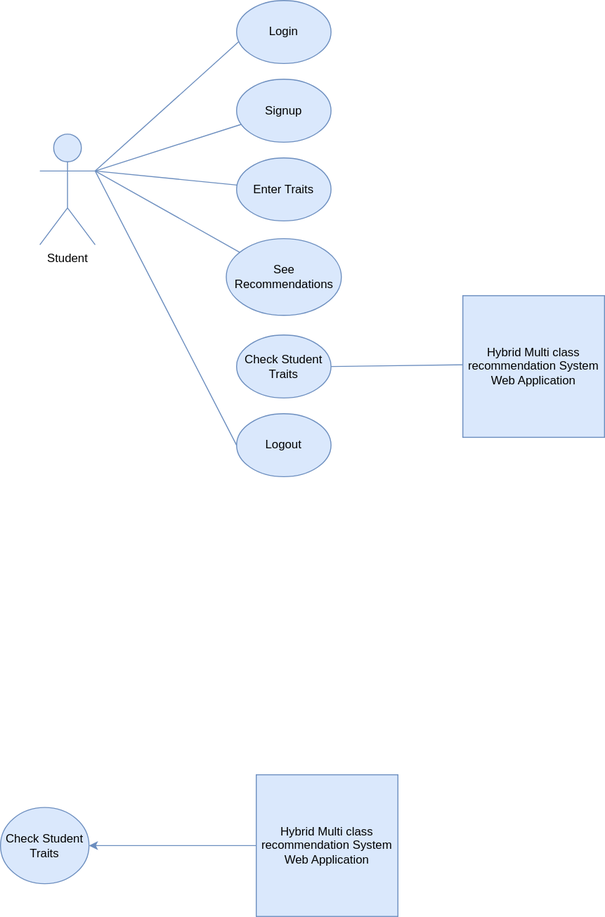
This is useCase.svg from Umair-exe/fyp-diagrams, a draw.io export, as it was before one commit. Source tidied: cells renumbered, new cells last; positions are measured from the earlier drawing's top-left corner, leaving out a move shared by most shapes.
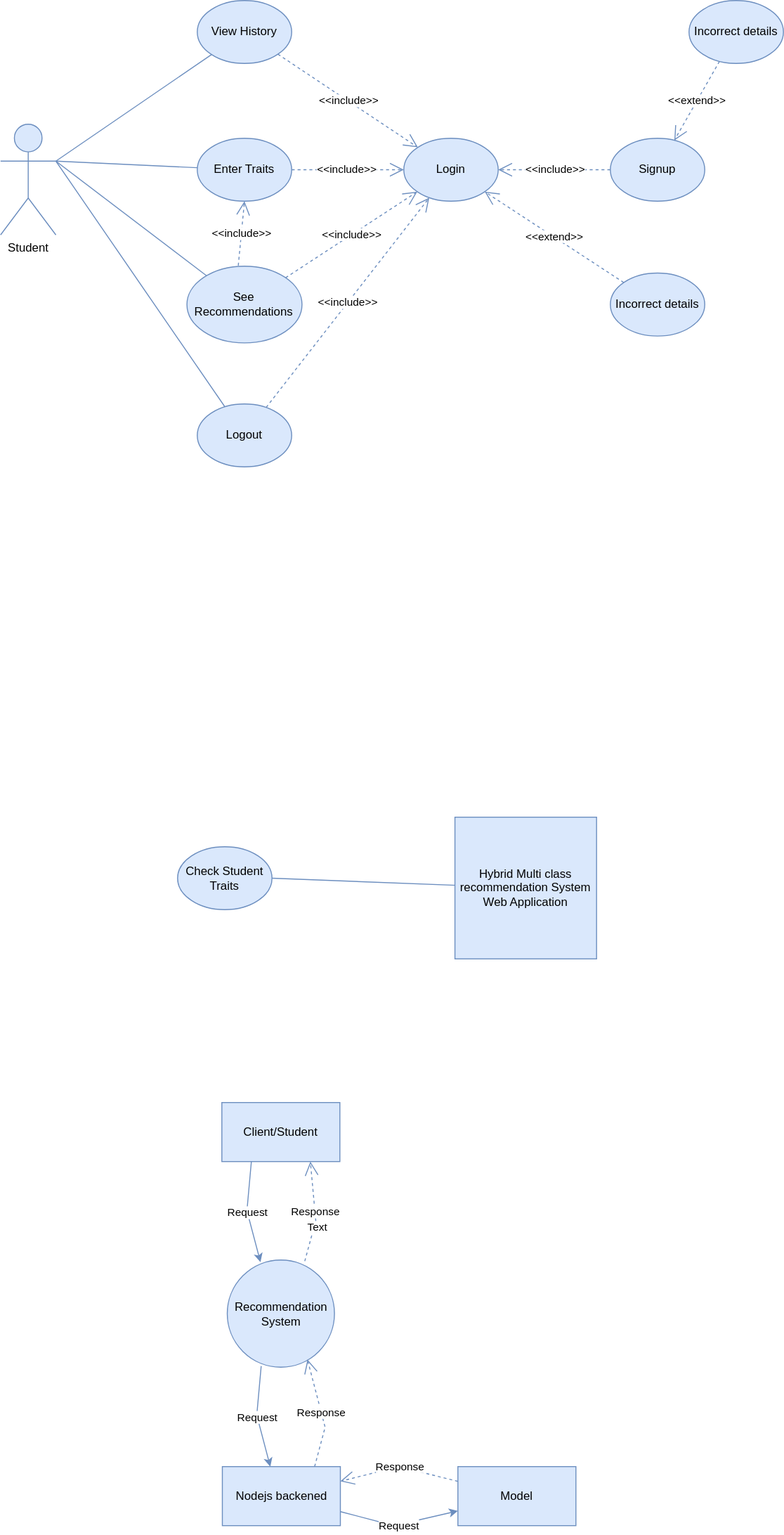
Above is the later version.

What changed in the source:
```diff
@@ -1,57 +1,147 @@
-<mxGraphModel>
+<mxGraphModel background="#ffffff">
   <root>
     <mxCell id="0" />
     <mxCell id="1" parent="0" />
     <mxCell id="2" style="endArrow=none;html=1;rounded=0;fontSize=12;entryX=0.139;entryY=0.486;entryDx=0;entryDy=0;entryPerimeter=0;exitX=1;exitY=0.5;exitDx=0;exitDy=0;fillColor=#dae8fc;strokeColor=#6c8ebf;" parent="1" edge="1" source="11" target="12">
       <mxGeometry relative="1" as="geometry" />
     </mxCell>
-    <mxCell id="3" value="Signup" style="ellipse;whiteSpace=wrap;html=1;fillColor=#dae8fc;strokeColor=#6c8ebf;" parent="1" vertex="1">
-      <mxGeometry x="240" y="80" width="96" height="64" as="geometry" />
+    <mxCell id="3" value="Login" style="ellipse;whiteSpace=wrap;html=1;fillColor=#dae8fc;strokeColor=#6c8ebf;" parent="1" vertex="1">
+      <mxGeometry x="320" y="110" width="96" height="64" as="geometry" />
     </mxCell>
     <mxCell id="4" value="Enter Traits" style="ellipse;whiteSpace=wrap;html=1;fillColor=#dae8fc;strokeColor=#6c8ebf;" parent="1" vertex="1">
-      <mxGeometry x="240" y="160" width="96" height="64" as="geometry" />
+      <mxGeometry x="110" y="110" width="96" height="64" as="geometry" />
     </mxCell>
     <mxCell id="5" value="&lt;font style=&quot;font-size: 12px;&quot;&gt;See Recommendations&lt;/font&gt;" style="ellipse;whiteSpace=wrap;html=1;fillColor=#dae8fc;strokeColor=#6c8ebf;" parent="1" vertex="1">
-      <mxGeometry x="229.5" y="242" width="117" height="78" as="geometry" />
+      <mxGeometry x="99.5" y="240" width="117" height="78" as="geometry" />
     </mxCell>
     <mxCell id="6" value="Logout" style="ellipse;whiteSpace=wrap;html=1;fillColor=#dae8fc;strokeColor=#6c8ebf;" parent="1" vertex="1">
-      <mxGeometry x="240" y="420" width="96" height="64" as="geometry" />
+      <mxGeometry x="110" y="380" width="96" height="64" as="geometry" />
     </mxCell>
-    <mxCell id="7" style="endArrow=none;html=1;rounded=0;fillColor=#dae8fc;strokeColor=#6c8ebf;exitX=1;exitY=0.3333333333333333;exitDx=0;exitDy=0;exitPerimeter=0;" parent="1" edge="1" source="13" target="3">
-      <mxGeometry relative="1" as="geometry" />
-    </mxCell>
     <mxCell id="8" style="endArrow=none;html=1;rounded=0;fillColor=#dae8fc;strokeColor=#6c8ebf;exitX=1;exitY=0.3333333333333333;exitDx=0;exitDy=0;exitPerimeter=0;" parent="1" edge="1" source="13" target="4">
       <mxGeometry relative="1" as="geometry" />
     </mxCell>
     <mxCell id="9" style="endArrow=none;html=1;rounded=0;fillColor=#dae8fc;strokeColor=#6c8ebf;exitX=1;exitY=0.3333333333333333;exitDx=0;exitDy=0;exitPerimeter=0;" parent="1" edge="1" source="13" target="5">
       <mxGeometry relative="1" as="geometry" />
     </mxCell>
-    <mxCell id="10" style="endArrow=none;html=1;rounded=0;entryX=0;entryY=0.5;entryDx=0;entryDy=0;fillColor=#dae8fc;strokeColor=#6c8ebf;exitX=1;exitY=0.3333333333333333;exitDx=0;exitDy=0;exitPerimeter=0;" parent="1" edge="1" source="13" target="6">
+    <mxCell id="10" style="endArrow=none;html=1;rounded=0;fillColor=#dae8fc;strokeColor=#6c8ebf;exitX=1;exitY=0.3333333333333333;exitDx=0;exitDy=0;exitPerimeter=0;" parent="1" edge="1" source="13" target="6">
       <mxGeometry relative="1" as="geometry" />
     </mxCell>
     <mxCell id="11" value="Check Student Traits" style="ellipse;whiteSpace=wrap;html=1;fillColor=#dae8fc;strokeColor=#6c8ebf;" parent="1" vertex="1">
-      <mxGeometry x="240" y="340" width="96" height="64" as="geometry" />
+      <mxGeometry x="90" y="830" width="96" height="64" as="geometry" />
     </mxCell>
     <mxCell id="12" value="Hybrid Multi class recommendation System Web Application" style="whiteSpace=wrap;html=1;fontSize=12;fillColor=#dae8fc;strokeColor=#6c8ebf;" parent="1" vertex="1">
-      <mxGeometry x="470" y="300" width="144" height="144" as="geometry" />
+      <mxGeometry x="372" y="800" width="144" height="144" as="geometry" />
     </mxCell>
     <mxCell id="13" value="Student&lt;br&gt;" style="shape=umlActor;verticalLabelPosition=bottom;verticalAlign=top;html=1;outlineConnect=0;fillColor=#dae8fc;strokeColor=#6c8ebf;" parent="1" vertex="1">
-      <mxGeometry x="40" y="135.8" width="56.2" height="112.5" as="geometry" />
+      <mxGeometry x="-90" y="95.8" width="56.2" height="112.5" as="geometry" />
     </mxCell>
-    <mxCell id="14" value="Login" style="ellipse;whiteSpace=wrap;html=1;fillColor=#dae8fc;strokeColor=#6c8ebf;" parent="1" vertex="1">
-      <mxGeometry x="240" width="96" height="64" as="geometry" />
+    <mxCell id="14" value="Signup" style="ellipse;whiteSpace=wrap;html=1;fillColor=#dae8fc;strokeColor=#6c8ebf;" parent="1" vertex="1">
+      <mxGeometry x="530" y="110" width="96" height="64" as="geometry" />
     </mxCell>
-    <mxCell id="15" style="endArrow=none;html=1;rounded=0;fillColor=#dae8fc;strokeColor=#6c8ebf;entryX=0.021;entryY=0.656;entryDx=0;entryDy=0;entryPerimeter=0;exitX=1;exitY=0.3333333333333333;exitDx=0;exitDy=0;exitPerimeter=0;" parent="1" edge="1" source="13" target="14">
-      <mxGeometry relative="1" as="geometry" />
-    </mxCell>
-    <mxCell id="16" value="Check Student Traits" style="ellipse;whiteSpace=wrap;html=1;fillColor=#dae8fc;strokeColor=#6c8ebf;" parent="1" vertex="1">
-      <mxGeometry y="820.2" width="90" height="77.5" as="geometry" />
-    </mxCell>
-    <mxCell id="17" value="Hybrid Multi class recommendation System Web Application" style="whiteSpace=wrap;html=1;fontSize=12;fillColor=#dae8fc;strokeColor=#6c8ebf;" parent="1" vertex="1">
-      <mxGeometry x="260" y="787" width="144" height="144" as="geometry" />
-    </mxCell>
-    <mxCell id="18" style="endArrow=classic;html=1;rounded=0;fontSize=12;entryX=1;entryY=0.5;entryDx=0;entryDy=0;exitX=0;exitY=0.5;exitDx=0;exitDy=0;fillColor=#dae8fc;strokeColor=#6c8ebf;" parent="1" edge="1" source="17" target="16">
-      <mxGeometry relative="1" as="geometry" />
-    </mxCell>
+    <mxCell id="19" value="View History" style="ellipse;whiteSpace=wrap;html=1;fillColor=#dae8fc;strokeColor=#6c8ebf;" parent="1" vertex="1">
+      <mxGeometry x="110" y="-30" width="96" height="64" as="geometry" />
+    </mxCell>
+    <mxCell id="20" style="endArrow=none;html=1;rounded=0;fillColor=#dae8fc;strokeColor=#6c8ebf;exitX=1;exitY=0.3333333333333333;exitDx=0;exitDy=0;exitPerimeter=0;" parent="1" edge="1" source="13" target="19">
+      <mxGeometry relative="1" as="geometry" />
+    </mxCell>
+    <mxCell id="21" value="&amp;lt;&amp;lt;include&amp;gt;&amp;gt;" style="endArrow=open;endSize=12;dashed=1;html=1;rounded=0;entryX=0;entryY=0;entryDx=0;entryDy=0;fillColor=#dae8fc;strokeColor=#6c8ebf;" parent="1" edge="1" source="19" target="3">
+      <mxGeometry relative="1" as="geometry" />
+    </mxCell>
+    <mxCell id="22" value="&amp;lt;&amp;lt;include&amp;gt;&amp;gt;" style="endArrow=open;endSize=12;dashed=1;html=1;rounded=0;exitX=1;exitY=0.5;exitDx=0;exitDy=0;fillColor=#dae8fc;strokeColor=#6c8ebf;" parent="1" edge="1" source="4" target="3">
+      <mxGeometry relative="1" as="geometry" />
+    </mxCell>
+    <mxCell id="23" value="&amp;lt;&amp;lt;include&amp;gt;&amp;gt;" style="endArrow=open;endSize=12;dashed=1;html=1;rounded=0;fillColor=#dae8fc;strokeColor=#6c8ebf;" parent="1" edge="1" source="5" target="3">
+      <mxGeometry relative="1" as="geometry" />
+    </mxCell>
+    <mxCell id="24" value="&amp;lt;&amp;lt;include&amp;gt;&amp;gt;" style="endArrow=open;endSize=12;dashed=1;html=1;rounded=0;fillColor=#dae8fc;strokeColor=#6c8ebf;" parent="1" edge="1" source="14" target="3">
+      <mxGeometry relative="1" as="geometry" />
+    </mxCell>
+    <mxCell id="25" value="Incorrect details" style="ellipse;whiteSpace=wrap;html=1;fillColor=#dae8fc;strokeColor=#6c8ebf;" parent="1" vertex="1">
+      <mxGeometry x="610" y="-30" width="96" height="64" as="geometry" />
+    </mxCell>
+    <mxCell id="26" value="&amp;lt;&amp;lt;extend&amp;gt;&amp;gt;" style="endArrow=open;endSize=12;dashed=1;html=1;rounded=0;fillColor=#dae8fc;strokeColor=#6c8ebf;" parent="1" edge="1" source="25" target="14">
+      <mxGeometry relative="1" as="geometry" />
+    </mxCell>
+    <mxCell id="27" value="Incorrect details" style="ellipse;whiteSpace=wrap;html=1;fillColor=#dae8fc;strokeColor=#6c8ebf;" parent="1" vertex="1">
+      <mxGeometry x="530" y="247" width="96" height="64" as="geometry" />
+    </mxCell>
+    <mxCell id="28" value="&amp;lt;&amp;lt;extend&amp;gt;&amp;gt;" style="endArrow=open;endSize=12;dashed=1;html=1;rounded=0;fillColor=#dae8fc;strokeColor=#6c8ebf;" parent="1" edge="1" source="27" target="3">
+      <mxGeometry relative="1" as="geometry" />
+    </mxCell>
+    <mxCell id="29" value="&amp;lt;&amp;lt;include&amp;gt;&amp;gt;" style="endArrow=open;endSize=12;dashed=1;html=1;rounded=0;fillColor=#dae8fc;strokeColor=#6c8ebf;" parent="1" edge="1" source="6" target="3">
+      <mxGeometry relative="1" as="geometry" />
+    </mxCell>
+    <mxCell id="30" value="Recommendation System" style="ellipse;whiteSpace=wrap;html=1;fillColor=#dae8fc;strokeColor=#6c8ebf;" parent="1" vertex="1">
+      <mxGeometry x="140.5" y="1250" width="109" height="109" as="geometry" />
+    </mxCell>
+    <mxCell id="31" value="Client/Student" style="rounded=0;whiteSpace=wrap;html=1;fillColor=#dae8fc;strokeColor=#6c8ebf;" parent="1" vertex="1">
+      <mxGeometry x="135" y="1090" width="120" height="60" as="geometry" />
+    </mxCell>
+    <mxCell id="32" value="Model" style="rounded=0;whiteSpace=wrap;html=1;fillColor=#dae8fc;strokeColor=#6c8ebf;" parent="1" vertex="1">
+      <mxGeometry x="375" y="1460" width="120" height="60" as="geometry" />
+    </mxCell>
+    <mxCell id="33" value="Nodejs backened" style="rounded=0;whiteSpace=wrap;html=1;fillColor=#dae8fc;strokeColor=#6c8ebf;" parent="1" vertex="1">
+      <mxGeometry x="135.5" y="1460" width="120" height="60" as="geometry" />
+    </mxCell>
+    <mxCell id="34" value="Response" style="endArrow=open;endSize=12;dashed=1;html=1;rounded=0;exitX=0.723;exitY=0.011;exitDx=0;exitDy=0;exitPerimeter=0;entryX=0.75;entryY=1;entryDx=0;entryDy=0;fillColor=#dae8fc;strokeColor=#6c8ebf;" parent="1" edge="1" source="30" target="31">
+      <mxGeometry relative="1" as="geometry">
+        <Array as="points">
+          <mxPoint x="230.5" y="1210" />
+        </Array>
+      </mxGeometry>
+    </mxCell>
+    <mxCell id="35" value="Text" style="edgeLabel;html=1;align=center;verticalAlign=middle;" parent="34" vertex="1">
+      <mxGeometry x="-0.3" y="-3" relative="1" as="geometry" />
+    </mxCell>
+    <mxCell id="36" style="endArrow=classic;html=1;rounded=0;exitX=0.25;exitY=1;exitDx=0;exitDy=0;entryX=0.31;entryY=0.02;entryDx=0;entryDy=0;entryPerimeter=0;fillColor=#dae8fc;strokeColor=#6c8ebf;" parent="1" edge="1" source="31" target="30">
+      <mxGeometry relative="1" as="geometry">
+        <Array as="points">
+          <mxPoint x="160.5" y="1200" />
+        </Array>
+      </mxGeometry>
+    </mxCell>
+    <mxCell id="37" value="Request" style="edgeLabel;html=1;align=center;verticalAlign=middle;" parent="36" vertex="1">
+      <mxGeometry relative="1" as="geometry" />
+    </mxCell>
+    <mxCell id="38" style="endArrow=classic;html=1;rounded=0;exitX=0.25;exitY=1;exitDx=0;exitDy=0;entryX=0.31;entryY=0.02;entryDx=0;entryDy=0;entryPerimeter=0;fillColor=#dae8fc;strokeColor=#6c8ebf;" parent="1" edge="1">
+      <mxGeometry relative="1" as="geometry">
+        <mxPoint x="175" y="1357.8" as="sourcePoint" />
+        <mxPoint x="184.3" y="1460" as="targetPoint" />
+        <Array as="points">
+          <mxPoint x="170.5" y="1407.8" />
+        </Array>
+      </mxGeometry>
+    </mxCell>
+    <mxCell id="39" value="Request" style="edgeLabel;html=1;align=center;verticalAlign=middle;" parent="38" vertex="1">
+      <mxGeometry relative="1" as="geometry" />
+    </mxCell>
+    <mxCell id="40" value="Response" style="endArrow=open;endSize=12;dashed=1;html=1;rounded=0;exitX=0.723;exitY=0.011;exitDx=0;exitDy=0;exitPerimeter=0;fillColor=#dae8fc;strokeColor=#6c8ebf;entryX=0.748;entryY=0.928;entryDx=0;entryDy=0;entryPerimeter=0;" parent="1" edge="1" target="30">
+      <mxGeometry relative="1" as="geometry">
+        <mxPoint x="229.3" y="1460" as="sourcePoint" />
+        <Array as="points">
+          <mxPoint x="240" y="1420" />
+        </Array>
+      </mxGeometry>
+    </mxCell>
+    <mxCell id="41" style="endArrow=classic;html=1;rounded=0;entryX=0;entryY=0.75;entryDx=0;entryDy=0;fillColor=#dae8fc;strokeColor=#6c8ebf;" parent="1" edge="1" source="33" target="32">
+      <mxGeometry relative="1" as="geometry">
+        <Array as="points">
+          <mxPoint x="310" y="1520" />
+        </Array>
+      </mxGeometry>
+    </mxCell>
+    <mxCell id="42" value="Request" style="edgeLabel;html=1;align=center;verticalAlign=middle;" parent="41" vertex="1">
+      <mxGeometry relative="1" as="geometry" />
+    </mxCell>
+    <mxCell id="43" value="Response" style="endArrow=open;endSize=12;dashed=1;html=1;rounded=0;exitX=0;exitY=0.25;exitDx=0;exitDy=0;fillColor=#dae8fc;strokeColor=#6c8ebf;" parent="1" edge="1" source="32" target="33">
+      <mxGeometry relative="1" as="geometry">
+        <Array as="points">
+          <mxPoint x="315" y="1460" />
+        </Array>
+      </mxGeometry>
+    </mxCell>
+    <mxCell id="44" value="&amp;lt;&amp;lt;include&amp;gt;&amp;gt;" style="endArrow=open;endSize=12;dashed=1;html=1;rounded=0;exitX=0.446;exitY=-0.007;exitDx=0;exitDy=0;exitPerimeter=0;entryX=0.5;entryY=1;entryDx=0;entryDy=0;fillColor=#dae8fc;strokeColor=#6c8ebf;" parent="1" edge="1" source="5" target="4">
+      <mxGeometry relative="1" as="geometry" />
+    </mxCell>
   </root>
 </mxGraphModel>
```
